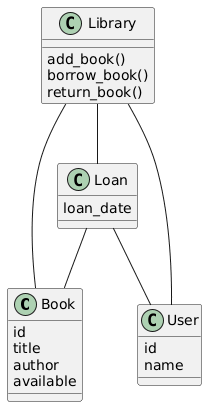
This is uml/library_diagram.png from aoufiamani-ux/library_project, a PlantUML export, as it was before one commit.
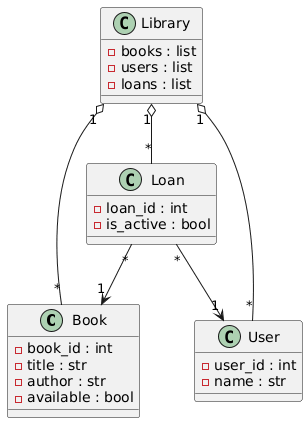
After the change.

What changed in the source:
```diff
@@ -1,29 +1,31 @@
 @startuml
 class Book {
-  id
-  title
-  author
-  available
+  - book_id : int
+  - title : str
+  - author : str
+  - available : bool
 }
 
 class User {
-  id
-  name
+  - user_id : int
+  - name : str
 }
 
 class Loan {
-  loan_date
+  - loan_id : int
+  - is_active : bool
 }
 
 class Library {
-  add_book()
-  borrow_book()
-  return_book()
+  - books : list
+  - users : list
+  - loans : list
 }
 
-Library -- Book
-Library -- User
-Library -- Loan
-Loan -- Book
-Loan -- User
+Library "1" o-- "*" Book
+Library "1" o-- "*" User
+Library "1" o-- "*" Loan
+
+Loan "*" --> "1" Book
+Loan "*" --> "1" User
 @enduml
```
